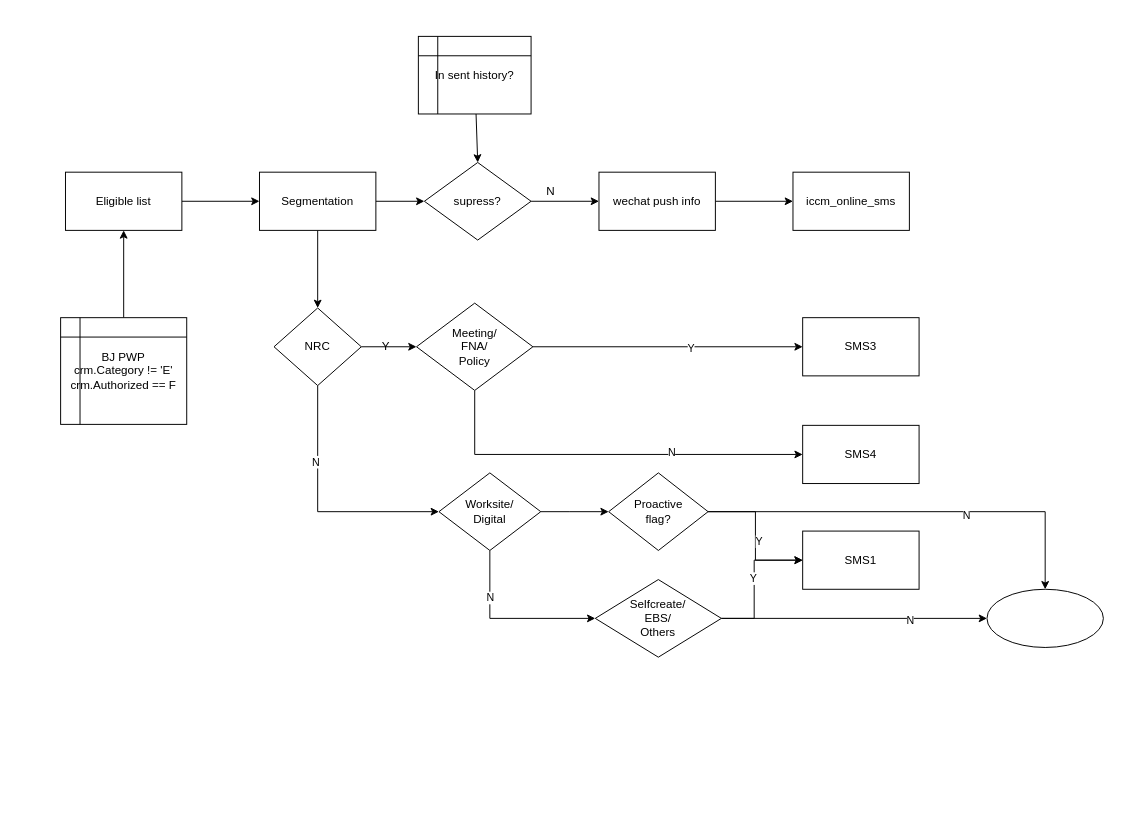
The draw.io diagram page "segementation" (1 of 2) of daily_schedule.drawio in rivei/uml_drafts, before the edit. Source tidied: cells renumbered, new cells numbered last; positions are measured from the earlier drawing's top-left corner, leaving out a move shared by most shapes. Both pictures are drawn from the tidied source at 97%, with x=0, y=0 at pixel (60, 36).
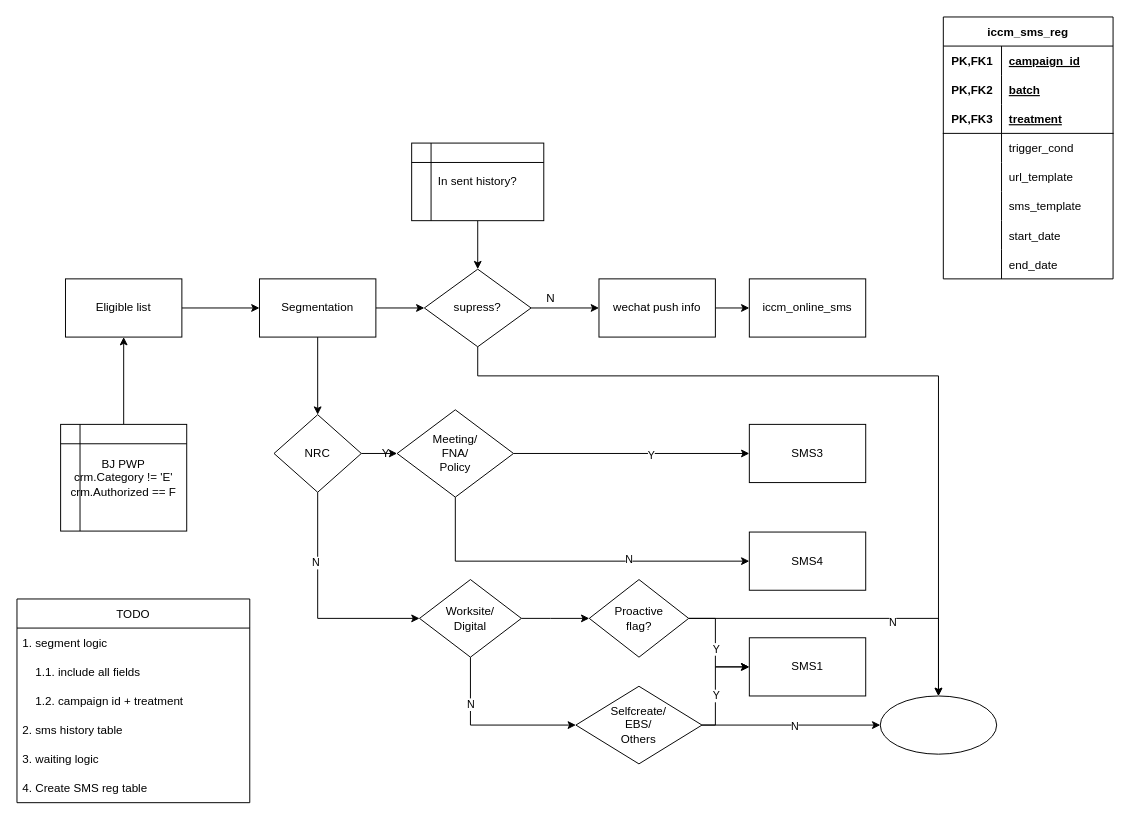
After the change.

Unchanged cells that the change refers to:
```xml
<mxCell id="39" style="edgeStyle=orthogonalEdgeStyle;rounded=0;html=1;strokeColor=default;" parent="1" edge="1" source="41" target="42">
  <mxGeometry relative="1" as="geometry" />
</mxCell>
```

What changed in the source:
```diff
@@
     <mxCell id="3" value="Eligible list" style="rounded=0;whiteSpace=wrap;html=1;" parent="1" vertex="1">
-      <mxGeometry x="5" y="140" width="120" height="60" as="geometry" />
+      <mxGeometry x="5" y="250" width="120" height="60" as="geometry" />
     </mxCell>
@@
     <mxCell id="6" value="Segmentation" style="rounded=0;whiteSpace=wrap;html=1;" parent="1" vertex="1">
-      <mxGeometry x="205" y="140" width="120" height="60" as="geometry" />
+      <mxGeometry x="205" y="250" width="120" height="60" as="geometry" />
     </mxCell>
@@
     <mxCell id="8" value="wechat push info" style="rounded=0;whiteSpace=wrap;html=1;" parent="1" vertex="1">
-      <mxGeometry x="555" y="140" width="120" height="60" as="geometry" />
+      <mxGeometry x="555" y="250" width="120" height="60" as="geometry" />
     </mxCell>
     <mxCell id="9" value="iccm_online_sms" style="whiteSpace=wrap;html=1;rounded=0;" parent="1" vertex="1">
-      <mxGeometry x="755" y="140" width="120" height="60" as="geometry" />
+      <mxGeometry x="710" y="250" width="120" height="60" as="geometry" />
     </mxCell>
@@
+    <mxCell id="45" style="edgeStyle=orthogonalEdgeStyle;rounded=0;jettySize=auto;html=1;exitX=0.5;exitY=1;exitDx=0;exitDy=0;entryX=0.5;entryY=0;entryDx=0;entryDy=0;" parent="1" edge="1" source="11" target="42">
+      <mxGeometry relative="1" as="geometry">
+        <Array as="points">
+          <mxPoint x="430" y="350" />
+          <mxPoint x="905" y="350" />
+        </Array>
+      </mxGeometry>
+    </mxCell>
     <mxCell id="11" value="supress?" style="rhombus;whiteSpace=wrap;html=1;rounded=0;" parent="1" vertex="1">
-      <mxGeometry x="375" y="130" width="110" height="80" as="geometry" />
+      <mxGeometry x="375" y="240" width="110" height="80" as="geometry" />
     </mxCell>
@@
     <mxCell id="13" value="BJ PWP&lt;br&gt;crm.Category != 'E'&lt;br&gt;crm.Authorized == F" style="shape=internalStorage;whiteSpace=wrap;html=1;backgroundOutline=1;" parent="1" vertex="1">
-      <mxGeometry y="290" width="130" height="110" as="geometry" />
+      <mxGeometry y="400" width="130" height="110" as="geometry" />
     </mxCell>
     <mxCell id="14" style="edgeStyle=none;html=1;" parent="1" edge="1" source="15">
       <mxGeometry relative="1" as="geometry">
-        <mxPoint x="430" y="130" as="targetPoint" />
+        <mxPoint x="430" y="240" as="targetPoint" />
       </mxGeometry>
     </mxCell>
     <mxCell id="15" value="In sent history?" style="shape=internalStorage;whiteSpace=wrap;html=1;backgroundOutline=1;" parent="1" vertex="1">
-      <mxGeometry x="368.8" width="116.2" height="80" as="geometry" />
+      <mxGeometry x="361.9" y="110" width="136.2" height="80" as="geometry" />
     </mxCell>
@@
     <mxCell id="19" value="NRC" style="rhombus;whiteSpace=wrap;html=1;rounded=0;" parent="1" vertex="1">
-      <mxGeometry x="220" y="280" width="90" height="80" as="geometry" />
+      <mxGeometry x="220" y="390" width="90" height="80" as="geometry" />
     </mxCell>
@@
     <mxCell id="24" value="Meeting/&lt;br&gt;FNA/&lt;br&gt;Policy" style="rhombus;whiteSpace=wrap;html=1;rounded=0;" parent="1" vertex="1">
-      <mxGeometry x="366.9" y="275" width="120" height="90" as="geometry" />
+      <mxGeometry x="346.9" y="385" width="120" height="90" as="geometry" />
     </mxCell>
     <mxCell id="25" style="edgeStyle=orthogonalEdgeStyle;rounded=0;html=1;strokeColor=default;" parent="1" edge="1" source="28" target="33">
       <mxGeometry relative="1" as="geometry">
         <Array as="points">
-          <mxPoint x="525" y="490" />
-          <mxPoint x="525" y="490" />
+          <mxPoint x="505" y="600" />
+          <mxPoint x="505" y="600" />
         </Array>
       </mxGeometry>
     </mxCell>
@@
     <mxCell id="28" value="Worksite/&lt;br&gt;Digital" style="rhombus;whiteSpace=wrap;html=1;rounded=0;" parent="1" vertex="1">
-      <mxGeometry x="390" y="450" width="105" height="80" as="geometry" />
+      <mxGeometry x="370" y="560" width="105" height="80" as="geometry" />
     </mxCell>
     <mxCell id="29" style="edgeStyle=orthogonalEdgeStyle;rounded=0;html=1;strokeColor=default;" parent="1" edge="1" source="33" target="36">
-      <mxGeometry relative="1" as="geometry" />
+      <mxGeometry relative="1" as="geometry">
+        <Array as="points">
+          <mxPoint x="675" y="600" />
+          <mxPoint x="675" y="650" />
+        </Array>
+      </mxGeometry>
     </mxCell>
     <mxCell id="30" value="Y" style="edgeLabel;html=1;align=center;verticalAlign=middle;" parent="29" vertex="1">
       <mxGeometry x="0.15" y="3" relative="1" as="geometry">
-        <mxPoint y="-6" as="offset" />
+        <mxPoint x="-3" y="-6" as="offset" />
       </mxGeometry>
     </mxCell>
@@
     <mxCell id="33" value="Proactive&lt;br&gt;flag?" style="rhombus;whiteSpace=wrap;html=1;rounded=0;" parent="1" vertex="1">
-      <mxGeometry x="565" y="450" width="102.5" height="80" as="geometry" />
+      <mxGeometry x="545" y="560" width="102.5" height="80" as="geometry" />
     </mxCell>
     <mxCell id="34" value="SMS3" style="whiteSpace=wrap;html=1;rounded=0;" parent="1" vertex="1">
-      <mxGeometry x="765" y="290" width="120" height="60" as="geometry" />
+      <mxGeometry x="710" y="400" width="120" height="60" as="geometry" />
     </mxCell>
     <mxCell id="35" value="SMS4" style="whiteSpace=wrap;html=1;rounded=0;" parent="1" vertex="1">
-      <mxGeometry x="765" y="401" width="120" height="60" as="geometry" />
+      <mxGeometry x="710" y="511" width="120" height="60" as="geometry" />
     </mxCell>
     <mxCell id="36" value="SMS1" style="whiteSpace=wrap;html=1;rounded=0;" parent="1" vertex="1">
-      <mxGeometry x="765" y="510" width="120" height="60" as="geometry" />
+      <mxGeometry x="710" y="620" width="120" height="60" as="geometry" />
     </mxCell>
     <mxCell id="37" style="edgeStyle=orthogonalEdgeStyle;rounded=0;html=1;exitX=1;exitY=0.5;exitDx=0;exitDy=0;entryX=0;entryY=0.5;entryDx=0;entryDy=0;strokeColor=default;" parent="1" edge="1" source="41" target="36">
       <mxGeometry relative="1" as="geometry">
         <Array as="points">
-          <mxPoint x="715" y="600" />
-          <mxPoint x="715" y="540" />
+          <mxPoint x="675" y="710" />
+          <mxPoint x="675" y="650" />
         </Array>
       </mxGeometry>
     </mxCell>
     <mxCell id="38" value="Y" style="edgeLabel;html=1;align=center;verticalAlign=middle;" parent="37" vertex="1">
-      <mxGeometry x="0.05" y="2" relative="1" as="geometry" />
+      <mxGeometry x="0.05" y="2" relative="1" as="geometry">
+        <mxPoint x="2" y="13" as="offset" />
+      </mxGeometry>
     </mxCell>
@@
     <mxCell id="40" value="N" style="edgeLabel;html=1;align=center;verticalAlign=middle;" parent="39" vertex="1">
-      <mxGeometry x="0.42" y="-1" relative="1" as="geometry" />
+      <mxGeometry x="0.42" y="-1" relative="1" as="geometry">
+        <mxPoint x="-35" as="offset" />
+      </mxGeometry>
     </mxCell>
     <mxCell id="41" value="Selfcreate/&lt;br&gt;EBS/&lt;br&gt;Others" style="rhombus;whiteSpace=wrap;html=1;" parent="1" vertex="1">
-      <mxGeometry x="551.2" y="560" width="130" height="80" as="geometry" />
+      <mxGeometry x="531.2" y="670" width="130" height="80" as="geometry" />
     </mxCell>
     <mxCell id="42" style="ellipse;whiteSpace=wrap;html=1;" parent="1" vertex="1">
-      <mxGeometry x="955" y="570" width="120" height="60" as="geometry" />
+      <mxGeometry x="845" y="680" width="120" height="60" as="geometry" />
     </mxCell>
     <mxCell id="43" value="Y" style="text;html=1;align=center;verticalAlign=middle;strokeColor=none;fillColor=none;" parent="1" vertex="1">
-      <mxGeometry x="325" y="310" width="20" height="20" as="geometry" />
+      <mxGeometry x="325" y="420" width="20" height="20" as="geometry" />
     </mxCell>
     <mxCell id="44" value="N" style="text;html=1;align=center;verticalAlign=middle;strokeColor=none;fillColor=none;" parent="1" vertex="1">
-      <mxGeometry x="495" y="150" width="20" height="20" as="geometry" />
+      <mxGeometry x="495" y="260" width="20" height="20" as="geometry" />
     </mxCell>
+    <mxCell id="46" value="TODO" style="swimlane;fontStyle=0;horizontal=1;startSize=30;" parent="1" vertex="1">
+      <mxGeometry x="-45" y="580" width="240" height="210" as="geometry" />
+    </mxCell>
+    <mxCell id="47" value="1. segment logic" style="text;strokeColor=none;fillColor=none;align=left;verticalAlign=middle;spacingLeft=4;spacingRight=4;overflow=hidden;" parent="46" vertex="1">
+      <mxGeometry y="30" width="240" height="30" as="geometry" />
+    </mxCell>
+    <mxCell id="48" value="    1.1. include all fields" style="text;strokeColor=none;fillColor=none;align=left;verticalAlign=middle;spacingLeft=4;spacingRight=4;overflow=hidden;" parent="46" vertex="1">
+      <mxGeometry y="60" width="240" height="30" as="geometry" />
+    </mxCell>
+    <mxCell id="49" value="    1.2. campaign id + treatment" style="text;strokeColor=none;fillColor=none;align=left;verticalAlign=middle;spacingLeft=4;spacingRight=4;overflow=hidden;" parent="46" vertex="1">
+      <mxGeometry y="90" width="240" height="30" as="geometry" />
+    </mxCell>
+    <mxCell id="50" value="2. sms history table" style="text;strokeColor=none;fillColor=none;align=left;verticalAlign=middle;spacingLeft=4;spacingRight=4;overflow=hidden;" parent="46" vertex="1">
+      <mxGeometry y="120" width="240" height="30" as="geometry" />
+    </mxCell>
+    <mxCell id="51" value="3. waiting logic" style="text;strokeColor=none;fillColor=none;align=left;verticalAlign=middle;spacingLeft=4;spacingRight=4;overflow=hidden;" parent="46" vertex="1">
+      <mxGeometry y="150" width="240" height="30" as="geometry" />
+    </mxCell>
+    <mxCell id="52" value="4. Create SMS reg table" style="text;strokeColor=none;fillColor=none;align=left;verticalAlign=middle;spacingLeft=4;spacingRight=4;overflow=hidden;" parent="46" vertex="1">
+      <mxGeometry y="180" width="240" height="30" as="geometry" />
+    </mxCell>
+    <mxCell id="53" value="iccm_sms_reg" style="shape=table;startSize=30;childLayout=tableLayout;rowLines=0;fontStyle=1;align=center;" parent="1" vertex="1">
+      <mxGeometry x="910" y="-20" width="175" height="270" as="geometry" />
+    </mxCell>
+    <mxCell id="54" style="shape=tableRow;horizontal=0;startSize=0;swimlaneHead=0;swimlaneBody=0;fillColor=none;top=0;left=0;right=0;bottom=0;" parent="53" vertex="1">
+      <mxGeometry y="30" width="175" height="30" as="geometry" />
+    </mxCell>
+    <mxCell id="55" value="PK,FK1" style="shape=partialRectangle;fillColor=none;top=0;left=0;bottom=0;right=0;fontStyle=1;overflow=hidden;" parent="54" vertex="1">
+      <mxGeometry width="60" height="30" as="geometry" />
+    </mxCell>
+    <mxCell id="56" value="campaign_id" style="shape=partialRectangle;fillColor=none;top=0;left=0;bottom=0;right=0;align=left;spacingLeft=6;fontStyle=5;overflow=hidden;" parent="54" vertex="1">
+      <mxGeometry x="60" width="115" height="30" as="geometry" />
+    </mxCell>
+    <mxCell id="57" style="shape=tableRow;horizontal=0;startSize=0;swimlaneHead=0;swimlaneBody=0;fillColor=none;top=0;left=0;right=0;bottom=0;" parent="53" vertex="1">
+      <mxGeometry y="60" width="175" height="30" as="geometry" />
+    </mxCell>
+    <mxCell id="58" value="PK,FK2" style="shape=partialRectangle;fillColor=none;top=0;left=0;bottom=0;right=0;fontStyle=1;overflow=hidden;" parent="57" vertex="1">
+      <mxGeometry width="60" height="30" as="geometry" />
+    </mxCell>
+    <mxCell id="59" value="batch" style="shape=partialRectangle;fillColor=none;top=0;left=0;bottom=0;right=0;align=left;spacingLeft=6;fontStyle=5;overflow=hidden;" parent="57" vertex="1">
+      <mxGeometry x="60" width="115" height="30" as="geometry" />
+    </mxCell>
+    <mxCell id="60" style="shape=tableRow;horizontal=0;startSize=0;swimlaneHead=0;swimlaneBody=0;fillColor=none;top=0;left=0;right=0;bottom=1;" parent="53" vertex="1">
+      <mxGeometry y="90" width="175" height="30" as="geometry" />
+    </mxCell>
+    <mxCell id="61" value="PK,FK3" style="shape=partialRectangle;fillColor=none;top=0;left=0;bottom=0;right=0;fontStyle=1;overflow=hidden;" parent="60" vertex="1">
+      <mxGeometry width="60" height="30" as="geometry" />
+    </mxCell>
+    <mxCell id="62" value="treatment" style="shape=partialRectangle;fillColor=none;top=0;left=0;bottom=0;right=0;align=left;spacingLeft=6;fontStyle=5;overflow=hidden;" parent="60" vertex="1">
+      <mxGeometry x="60" width="115" height="30" as="geometry" />
+    </mxCell>
+    <mxCell id="63" style="shape=tableRow;horizontal=0;startSize=0;swimlaneHead=0;swimlaneBody=0;fillColor=none;top=0;left=0;right=0;bottom=0;" parent="53" vertex="1">
+      <mxGeometry y="120" width="175" height="30" as="geometry" />
+    </mxCell>
+    <mxCell id="64" style="shape=partialRectangle;fillColor=none;top=0;left=0;bottom=0;right=0;overflow=hidden;" parent="63" vertex="1">
+      <mxGeometry width="60" height="30" as="geometry" />
+    </mxCell>
+    <mxCell id="65" value="trigger_cond" style="shape=partialRectangle;fillColor=none;top=0;left=0;bottom=0;right=0;align=left;spacingLeft=6;overflow=hidden;" parent="63" vertex="1">
+      <mxGeometry x="60" width="115" height="30" as="geometry" />
+    </mxCell>
+    <mxCell id="66" style="shape=tableRow;horizontal=0;startSize=0;swimlaneHead=0;swimlaneBody=0;fillColor=none;top=0;left=0;right=0;bottom=0;" parent="53" vertex="1">
+      <mxGeometry y="150" width="175" height="30" as="geometry" />
+    </mxCell>
+    <mxCell id="67" style="shape=partialRectangle;fillColor=none;top=0;left=0;bottom=0;right=0;overflow=hidden;" parent="66" vertex="1">
+      <mxGeometry width="60" height="30" as="geometry" />
+    </mxCell>
+    <mxCell id="68" value="url_template" style="shape=partialRectangle;fillColor=none;top=0;left=0;bottom=0;right=0;align=left;spacingLeft=6;overflow=hidden;" parent="66" vertex="1">
+      <mxGeometry x="60" width="115" height="30" as="geometry" />
+    </mxCell>
+    <mxCell id="69" style="shape=tableRow;horizontal=0;startSize=0;swimlaneHead=0;swimlaneBody=0;fillColor=none;top=0;left=0;right=0;bottom=0;" parent="53" vertex="1">
+      <mxGeometry y="180" width="175" height="30" as="geometry" />
+    </mxCell>
+    <mxCell id="70" style="shape=partialRectangle;fillColor=none;top=0;left=0;bottom=0;right=0;overflow=hidden;" parent="69" vertex="1">
+      <mxGeometry width="60" height="30" as="geometry" />
+    </mxCell>
+    <mxCell id="71" value="sms_template" style="shape=partialRectangle;fillColor=none;top=0;left=0;bottom=0;right=0;align=left;spacingLeft=6;overflow=hidden;" parent="69" vertex="1">
+      <mxGeometry x="60" width="115" height="30" as="geometry" />
+    </mxCell>
+    <mxCell id="72" style="shape=tableRow;horizontal=0;startSize=0;swimlaneHead=0;swimlaneBody=0;fillColor=none;top=0;left=0;right=0;bottom=0;" parent="53" vertex="1">
+      <mxGeometry y="210" width="175" height="30" as="geometry" />
+    </mxCell>
+    <mxCell id="73" style="shape=partialRectangle;fillColor=none;top=0;left=0;bottom=0;right=0;overflow=hidden;" parent="72" vertex="1">
+      <mxGeometry width="60" height="30" as="geometry" />
+    </mxCell>
+    <mxCell id="74" value="start_date" style="shape=partialRectangle;fillColor=none;top=0;left=0;bottom=0;right=0;align=left;spacingLeft=6;overflow=hidden;" parent="72" vertex="1">
+      <mxGeometry x="60" width="115" height="30" as="geometry" />
+    </mxCell>
+    <mxCell id="75" style="shape=tableRow;horizontal=0;startSize=0;swimlaneHead=0;swimlaneBody=0;fillColor=none;top=0;left=0;right=0;bottom=0;" parent="53" vertex="1">
+      <mxGeometry y="240" width="175" height="30" as="geometry" />
+    </mxCell>
+    <mxCell id="76" style="shape=partialRectangle;fillColor=none;top=0;left=0;bottom=0;right=0;overflow=hidden;" parent="75" vertex="1">
+      <mxGeometry width="60" height="30" as="geometry" />
+    </mxCell>
+    <mxCell id="77" value="end_date" style="shape=partialRectangle;fillColor=none;top=0;left=0;bottom=0;right=0;align=left;spacingLeft=6;overflow=hidden;" parent="75" vertex="1">
+      <mxGeometry x="60" width="115" height="30" as="geometry" />
+    </mxCell>
```
